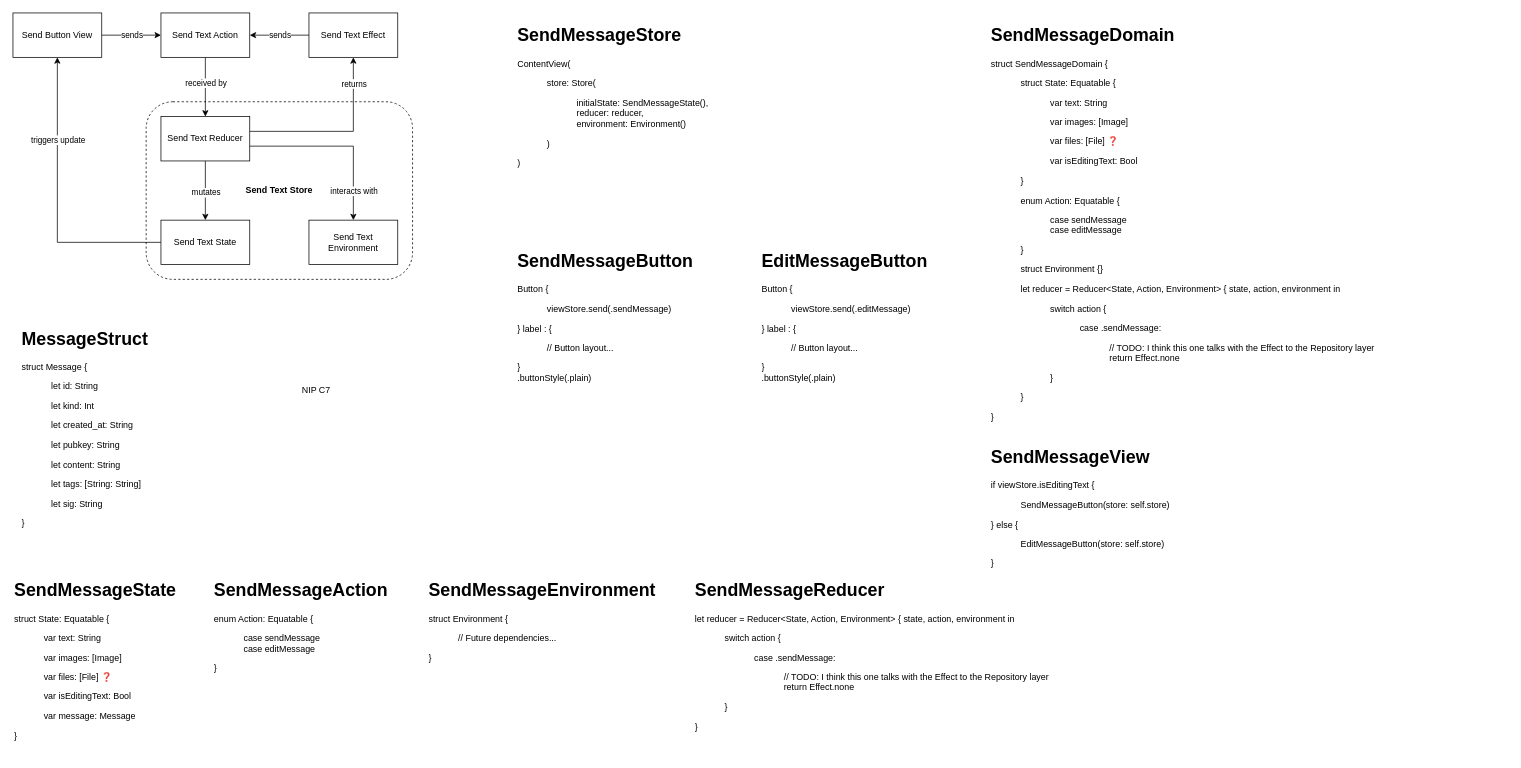
Earlier version of the draw.io diagram page "Send Message's TCA" (2 of 4) of Whole App Diagram.drawio (smashandhash/satsuma-apple). Source tidied: cells renumbered, new cells numbered last; positions are measured from the earlier drawing's top-left corner, leaving out a move shared by most shapes. Both pictures are drawn from the tidied source at 74%, with x=0, y=0 at pixel (13, 13).
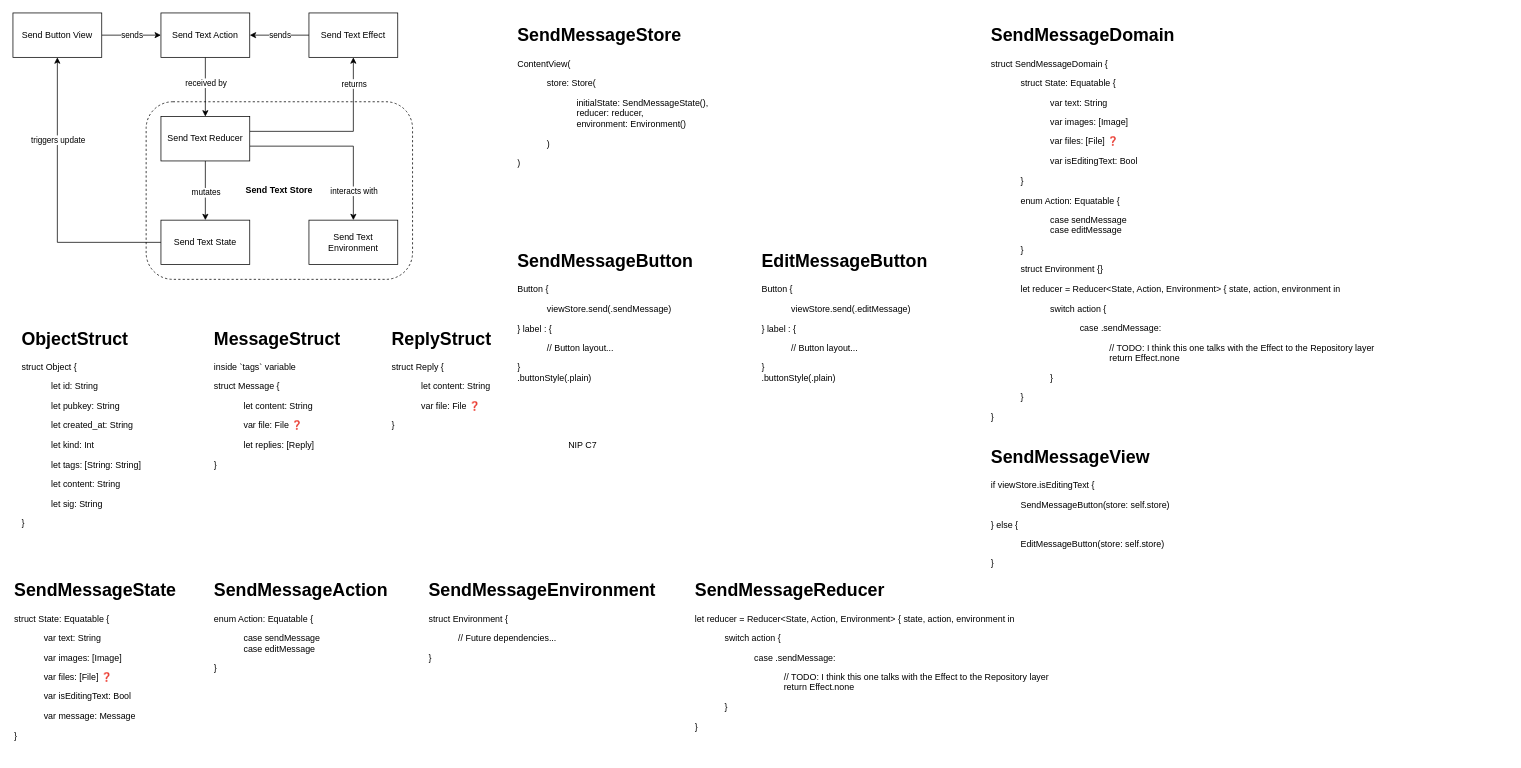
Above is the later version.

What changed in the source:
```diff
@@
-    <mxCell id="33" value="&lt;h1 style=&quot;margin-top: 0px;&quot;&gt;MessageStruct&lt;/h1&gt;&lt;p&gt;struct Message {&lt;/p&gt;&lt;blockquote&gt;&lt;p&gt;let id: String&lt;/p&gt;&lt;p&gt;let kind: Int&lt;/p&gt;&lt;p&gt;let created_at: String&lt;/p&gt;&lt;p&gt;let pubkey: String&lt;/p&gt;&lt;p&gt;let content: String&lt;/p&gt;&lt;p&gt;let tags: [String: String]&lt;/p&gt;&lt;p&gt;let sig: String&lt;/p&gt;&lt;/blockquote&gt;&lt;p&gt;}&lt;/p&gt;" style="text;html=1;whiteSpace=wrap;overflow=hidden;rounded=0;fontSize=12;" parent="1" vertex="1">
+    <mxCell id="33" value="&lt;h1 style=&quot;margin-top: 0px;&quot;&gt;ObjectStruct&lt;/h1&gt;&lt;p&gt;struct Object {&lt;/p&gt;&lt;blockquote&gt;&lt;p&gt;let id: String&lt;/p&gt;&lt;p&gt;let pubkey: String&lt;/p&gt;&lt;p&gt;&lt;/p&gt;&lt;p&gt;let created_at: String&lt;/p&gt;&lt;p&gt;let kind: Int&lt;/p&gt;&lt;p&gt;&lt;/p&gt;&lt;p&gt;let tags: [String: String]&lt;/p&gt;&lt;p&gt;let content: String&lt;/p&gt;&lt;p&gt;let sig: String&lt;/p&gt;&lt;/blockquote&gt;&lt;p&gt;}&lt;/p&gt;" style="text;html=1;whiteSpace=wrap;overflow=hidden;rounded=0;fontSize=12;" parent="1" vertex="1">
       <mxGeometry x="10" y="420" width="210" height="280" as="geometry" />
     </mxCell>
     <mxCell id="34" value="NIP C7" style="text;html=1;whiteSpace=wrap;strokeColor=none;fillColor=none;align=center;verticalAlign=middle;rounded=0;" parent="1" vertex="1">
-      <mxGeometry x="380" y="495" width="60" height="30" as="geometry" />
+      <mxGeometry x="740" y="570" width="60" height="30" as="geometry" />
     </mxCell>
+    <mxCell id="35" value="&lt;h1 style=&quot;margin-top: 0px;&quot;&gt;MessageStruct&lt;/h1&gt;&lt;div&gt;inside `tags` variable&lt;/div&gt;&lt;p&gt;struct Message {&lt;/p&gt;&lt;blockquote&gt;&lt;p&gt;let content: String&lt;/p&gt;&lt;p&gt;var file: File ❓&lt;/p&gt;&lt;p&gt;let replies: [Reply]&lt;/p&gt;&lt;/blockquote&gt;&lt;p&gt;}&lt;/p&gt;" style="text;html=1;whiteSpace=wrap;overflow=hidden;rounded=0;fontSize=12;" parent="1" vertex="1">
+      <mxGeometry x="270" y="420" width="210" height="280" as="geometry" />
+    </mxCell>
+    <mxCell id="36" value="&lt;h1 style=&quot;margin-top: 0px;&quot;&gt;ReplyStruct&lt;/h1&gt;&lt;p&gt;struct Reply {&lt;/p&gt;&lt;blockquote&gt;&lt;p&gt;let content: String&lt;/p&gt;&lt;p&gt;var file: File ❓&lt;/p&gt;&lt;/blockquote&gt;&lt;p&gt;}&lt;/p&gt;" style="text;html=1;whiteSpace=wrap;overflow=hidden;rounded=0;fontSize=12;" parent="1" vertex="1">
+      <mxGeometry x="510" y="420" width="210" height="280" as="geometry" />
+    </mxCell>
```
